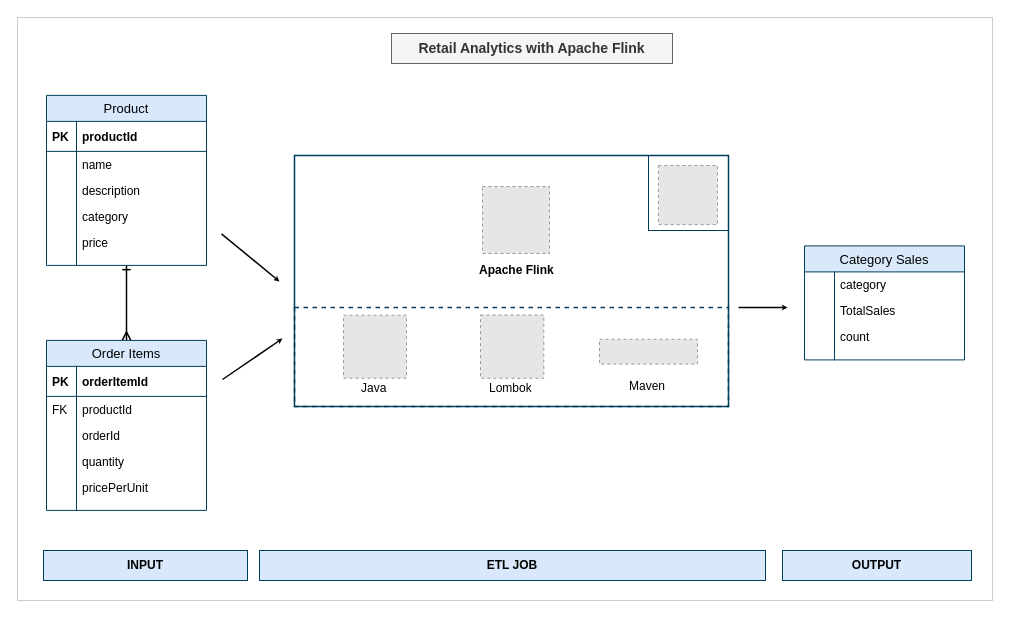
This is Architecture/RetailAnalytics-ApacheFlink.drawio from yash-analytics/RetailAnalytics-ApacheFlink, a draw.io file, before an edit. Source tidied: cells renumbered, new cells numbered last; positions are measured from the earlier drawing's top-left corner, leaving out a move shared by most shapes. Both pictures are drawn from the tidied source at 100%, with x=0, y=0 at pixel (17, 17). Pictures stored in the file or linked from it are replaced by grey dashed boxes.
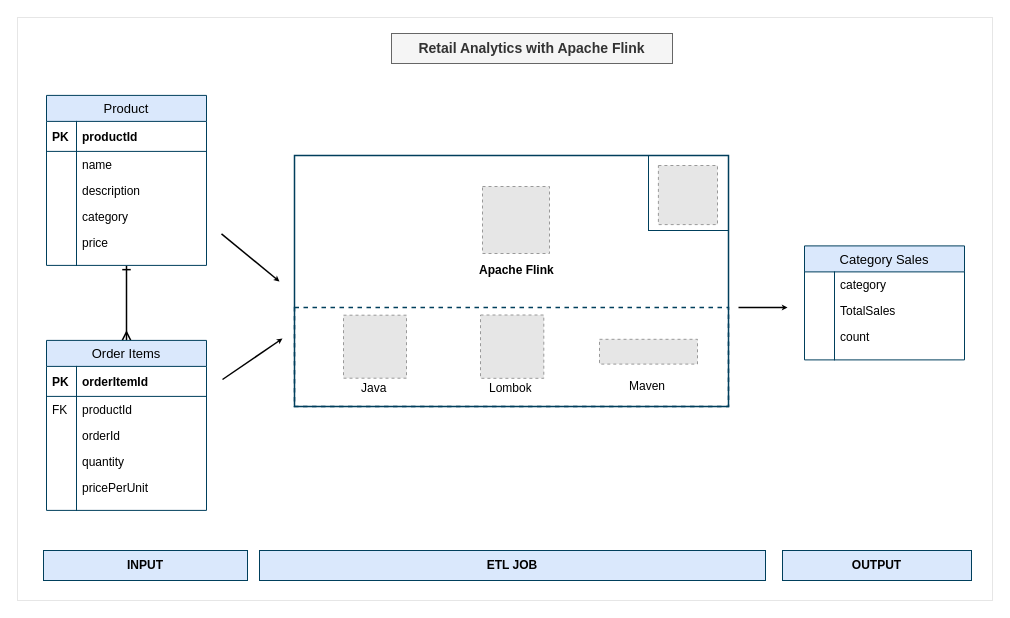
After the change.

What changed in the source:
```diff
@@
-    <mxCell id="2" style="rounded=0;whiteSpace=wrap;html=1;fillColor=none;strokeColor=#CCCCCC;fontColor=#333333;" parent="1" vertex="1">
+    <mxCell id="2" style="rounded=0;whiteSpace=wrap;html=1;fillColor=none;strokeColor=#E6E6E6;fontColor=#333333;" parent="1" vertex="1">
       <mxGeometry width="975" height="583" as="geometry" />
     </mxCell>
```
